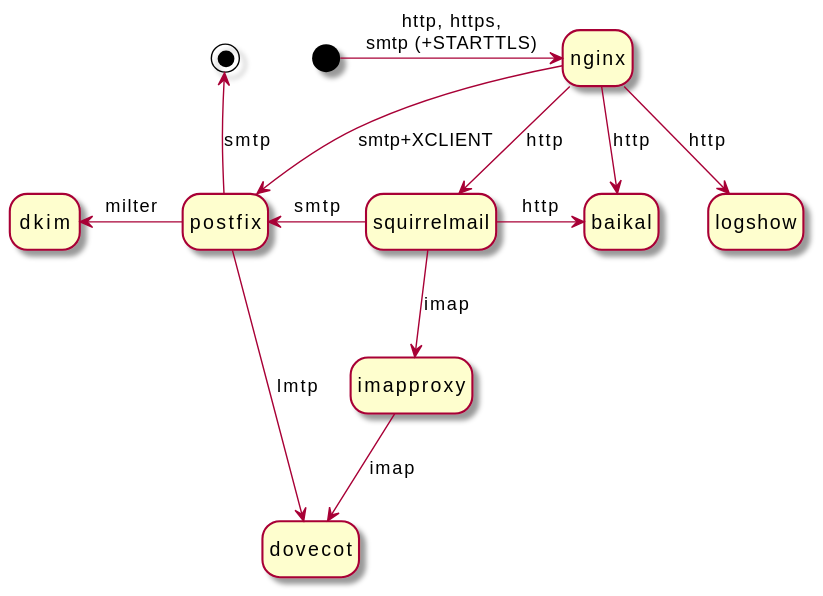
Above: containers.svg in Lex-2008/containers (PlantUML), before the change.
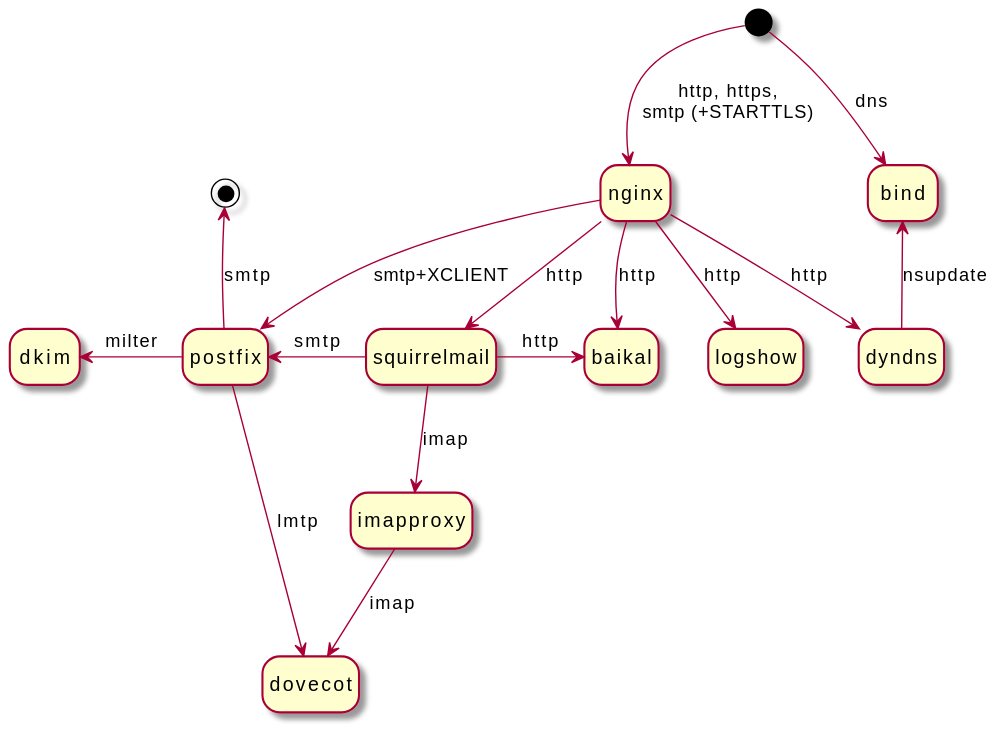
The same file after the commit.

Change to the diagram source:
```diff
@@ -1,7 +1,11 @@
 @startuml
 hide empty description
 
-[*] -> nginx: http, https,\nsmtp (+STARTTLS)
+[*] --> nginx: http, https,\nsmtp (+STARTTLS)
+
+[*] --> bind: dns
+nginx --> dyndns: http
+dyndns -u-> bind: nsupdate
 
 state postfix
 nginx --> postfix: smtp+XCLIENT
```
